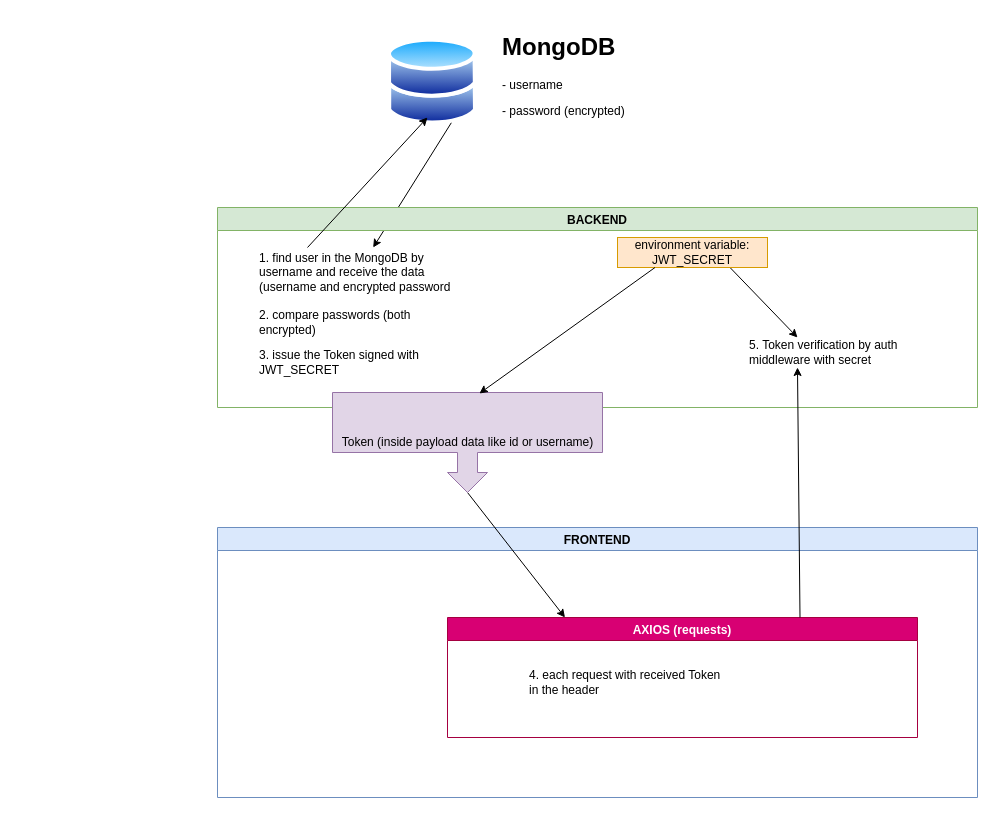
This is server/diagram.drawio from juandrepanther/backend-template, a draw.io file, before an edit. Source tidied: cells renumbered, new cells numbered last; positions are measured from the earlier drawing's top-left corner, leaving out a move shared by most shapes. Both pictures are drawn from the tidied source at 100%, with x=0, y=0 at pixel (217, 27).
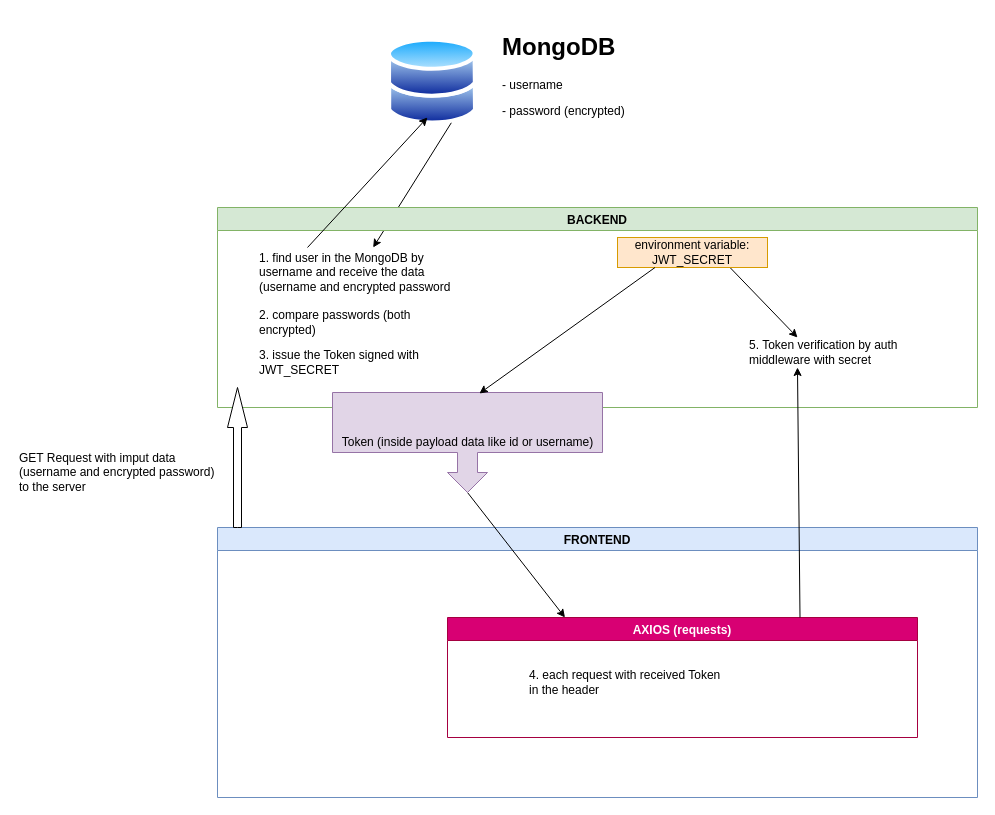
Above is the later version.

What changed in the source:
```diff
@@
+    <mxCell id="20" style="html=1;shadow=0;dashed=0;align=center;verticalAlign=middle;shape=mxgraph.arrows2.arrow;dy=0.6;dx=40;notch=0;rotation=-90;" parent="1" vertex="1">
+      <mxGeometry x="-50" y="420" width="140" height="20" as="geometry" />
+    </mxCell>
+    <mxCell id="21" value="GET Request with imput data (username and encrypted password) to the server" style="text;html=1;strokeColor=none;fillColor=none;align=left;verticalAlign=middle;whiteSpace=wrap;rounded=0;" parent="1" vertex="1">
+      <mxGeometry x="-200" y="420" width="200" height="50" as="geometry" />
+    </mxCell>
```
